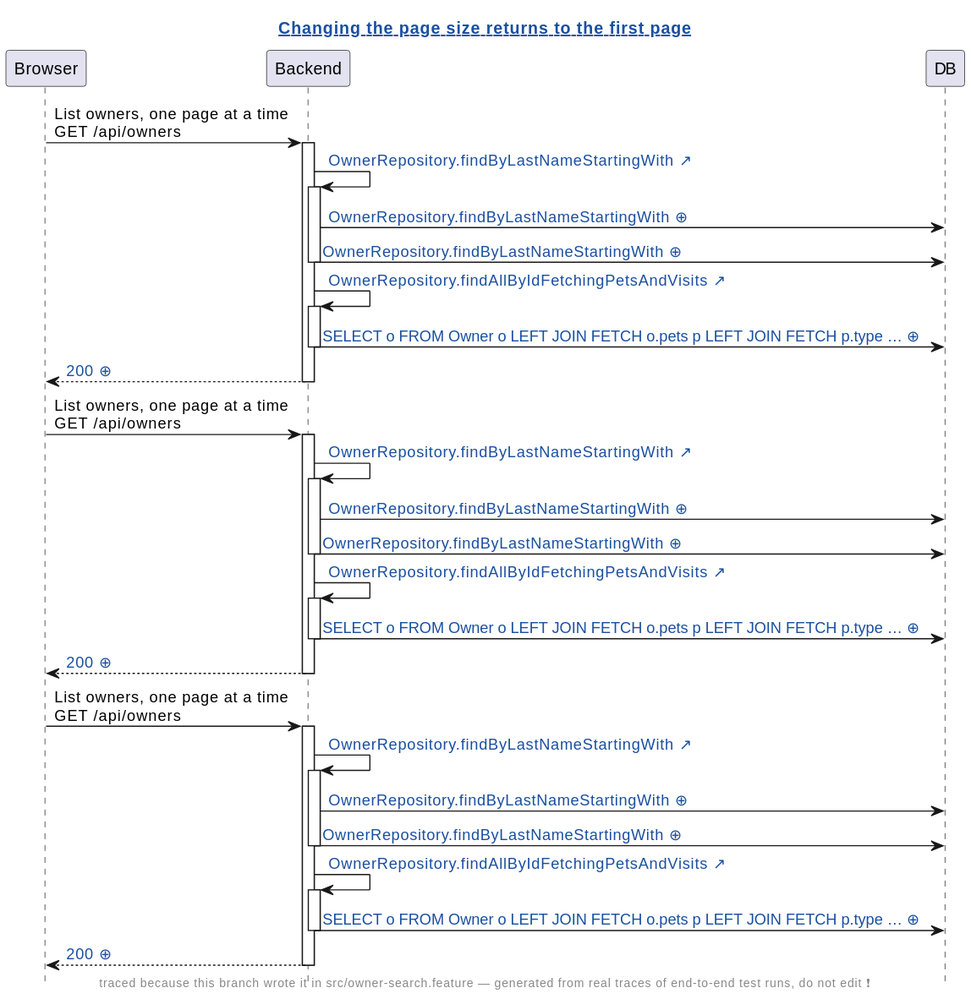
The PlantUML diagram demo/demo2/assets/diagrams/petclinic-test_generated_owner-search.feature.changing-the-page-size-returns-to-the-first-page.genseq.new.svg in EvanLee70/human-review, before a commit.
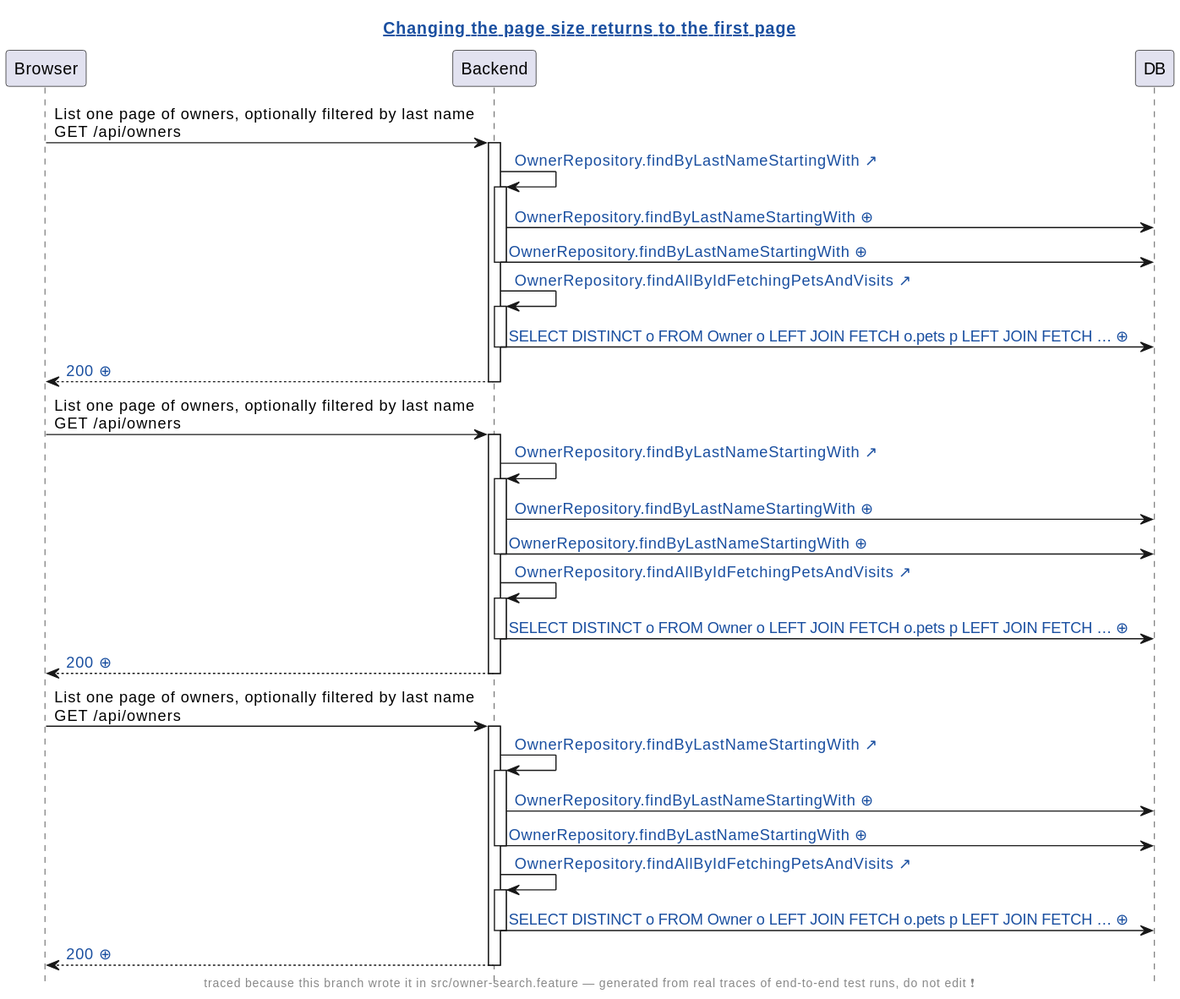
The same diagram one commit later.

Change to the diagram source:
```diff
@@ -2,48 +2,48 @@
 hide footbox
 skinparam hyperlinkUnderline false
 skinparam hyperlinkColor #1A4FA0
-title [[src://petclinic-test/src/owner-search.feature:44{Click to open the test} Changing the page size returns to the first page]]
+title [[src://petclinic-test/src/owner-search.feature:43{Click to open the test} Changing the page size returns to the first page]]
 footer traced because this branch wrote it in src/owner-search.feature — generated from real traces of end-to-end test runs, do not edit ❗
 participant Browser
 participant Backend
 participant DB
-Browser -> Backend: List owners, one page at a time\nGET /api/owners
+Browser -> Backend: List one page of owners, optionally filtered by last name\nGET /api/owners
 activate Backend
 Backend -> Backend: [[src://petclinic-backend/src/main/java/victor/training/petclinic/repository/OwnerRepository.java:15{Click to open OwnerRepository.findByLastNameStartingWith} OwnerRepository.findByLastNameStartingWith ↗]]
 activate Backend
 Backend -> DB: [[genseq://06lhb5c{Click for the statement behind this call} OwnerRepository.findByLastNameStartingWith ⊕]]
 Backend -> DB: [[genseq://0rcs8yy{Click for the statement behind this call} OwnerRepository.findByLastNameStartingWith ⊕]]
 deactivate Backend
-Backend -> Backend: [[src://petclinic-backend/src/main/java/victor/training/petclinic/repository/OwnerRepository.java:25{Click to open OwnerRepository.findAllByIdFetchingPetsAndVisits} OwnerRepository.findAllByIdFetchingPetsAndVisits ↗]]
+Backend -> Backend: [[src://petclinic-backend/src/main/java/victor/training/petclinic/repository/OwnerRepository.java:24{Click to open OwnerRepository.findAllByIdFetchingPetsAndVisits} OwnerRepository.findAllByIdFetchingPetsAndVisits ↗]]
 activate Backend
-Backend -> DB: [[genseq://075m496{Click for the statement behind this call} SELECT o FROM Owner o LEFT JOIN FETCH o.pets p LEFT JOIN FETCH p.type … ⊕]]
+Backend -> DB: [[genseq://1cn3tpo{Click for the statement behind this call} SELECT DISTINCT o FROM Owner o LEFT JOIN FETCH o.pets p LEFT JOIN FETCH … ⊕]]
 deactivate Backend
-Backend --> Browser: [[genseq://1cwguy3{Click for this call’s JSON body} 200 ⊕]]
+Backend --> Browser: [[genseq://063qnos{Click for this call’s JSON body} 200 ⊕]]
 deactivate Backend
-Browser -> Backend: List owners, one page at a time\nGET /api/owners
+Browser -> Backend: List one page of owners, optionally filtered by last name\nGET /api/owners
 activate Backend
 Backend -> Backend: [[src://petclinic-backend/src/main/java/victor/training/petclinic/repository/OwnerRepository.java:15{Click to open OwnerRepository.findByLastNameStartingWith} OwnerRepository.findByLastNameStartingWith ↗]]
 activate Backend
 Backend -> DB: [[genseq://07orp0q{Click for the statement behind this call} OwnerRepository.findByLastNameStartingWith ⊕]]
 Backend -> DB: [[genseq://0rcs8yy{Click for the statement behind this call} OwnerRepository.findByLastNameStartingWith ⊕]]
 deactivate Backend
-Backend -> Backend: [[src://petclinic-backend/src/main/java/victor/training/petclinic/repository/OwnerRepository.java:25{Click to open OwnerRepository.findAllByIdFetchingPetsAndVisits} OwnerRepository.findAllByIdFetchingPetsAndVisits ↗]]
+Backend -> Backend: [[src://petclinic-backend/src/main/java/victor/training/petclinic/repository/OwnerRepository.java:24{Click to open OwnerRepository.findAllByIdFetchingPetsAndVisits} OwnerRepository.findAllByIdFetchingPetsAndVisits ↗]]
 activate Backend
-Backend -> DB: [[genseq://13u55dm{Click for the statement behind this call} SELECT o FROM Owner o LEFT JOIN FETCH o.pets p LEFT JOIN FETCH p.type … ⊕]]
+Backend -> DB: [[genseq://0bdx2kg{Click for the statement behind this call} SELECT DISTINCT o FROM Owner o LEFT JOIN FETCH o.pets p LEFT JOIN FETCH … ⊕]]
 deactivate Backend
 Backend --> Browser: [[genseq://08ivfs9{Click for this call’s JSON body} 200 ⊕]]
 deactivate Backend
-Browser -> Backend: List owners, one page at a time\nGET /api/owners
+Browser -> Backend: List one page of owners, optionally filtered by last name\nGET /api/owners
 activate Backend
 Backend -> Backend: [[src://petclinic-backend/src/main/java/victor/training/petclinic/repository/OwnerRepository.java:15{Click to open OwnerRepository.findByLastNameStartingWith} OwnerRepository.findByLastNameStartingWith ↗]]
 activate Backend
-Backend -> DB: [[genseq://0b1ge8t{Click for the statement behind this call} OwnerRepository.findByLastNameStartingWith ⊕]]
+Backend -> DB: [[genseq://1a39aia{Click for the statement behind this call} OwnerRepository.findByLastNameStartingWith ⊕]]
 Backend -> DB: [[genseq://0rcs8yy{Click for the statement behind this call} OwnerRepository.findByLastNameStartingWith ⊕]]
 deactivate Backend
-Backend -> Backend: [[src://petclinic-backend/src/main/java/victor/training/petclinic/repository/OwnerRepository.java:25{Click to open OwnerRepository.findAllByIdFetchingPetsAndVisits} OwnerRepository.findAllByIdFetchingPetsAndVisits ↗]]
+Backend -> Backend: [[src://petclinic-backend/src/main/java/victor/training/petclinic/repository/OwnerRepository.java:24{Click to open OwnerRepository.findAllByIdFetchingPetsAndVisits} OwnerRepository.findAllByIdFetchingPetsAndVisits ↗]]
 activate Backend
-Backend -> DB: [[genseq://1lv42va{Click for the statement behind this call} SELECT o FROM Owner o LEFT JOIN FETCH o.pets p LEFT JOIN FETCH p.type … ⊕]]
+Backend -> DB: [[genseq://0ct12sy{Click for the statement behind this call} SELECT DISTINCT o FROM Owner o LEFT JOIN FETCH o.pets p LEFT JOIN FETCH … ⊕]]
 deactivate Backend
-Backend --> Browser: [[genseq://1cwguy3{Click for this call’s JSON body} 200 ⊕]]
+Backend --> Browser: [[genseq://1ycyu77{Click for this call’s JSON body} 200 ⊕]]
 deactivate Backend
 @enduml
```
